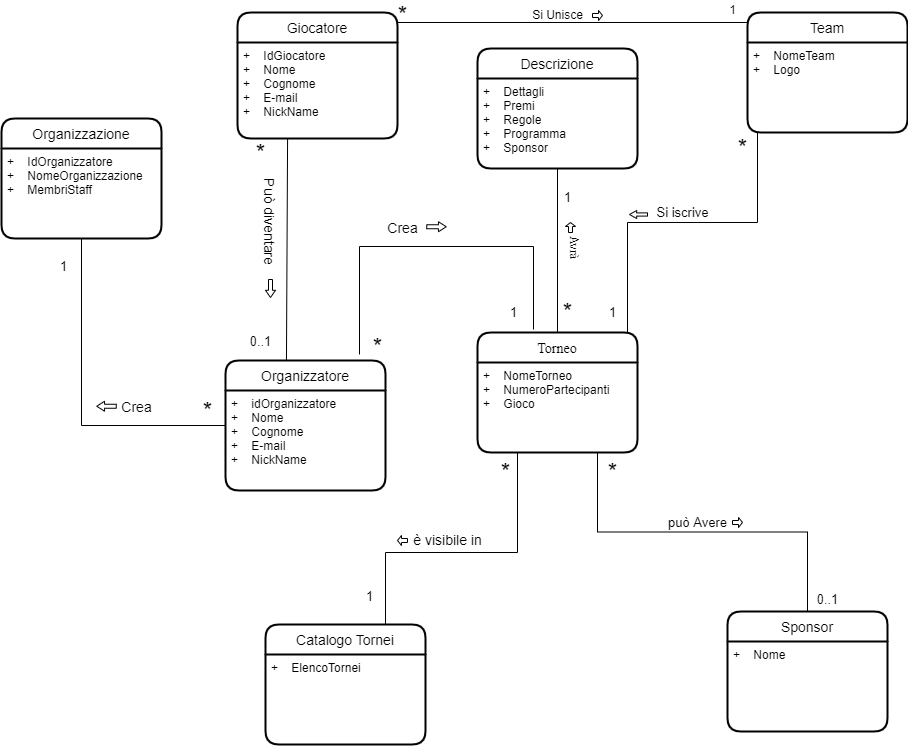
samuelechiarella/BattleFoo keeps this draw.io diagram as RelazioneProgetto/ModelloDiDominio/ModelloDiDominio_01-10-2022.png. Above is the earlier version. Source tidied: cells renumbered, new cells last; positions are measured from the earlier drawing's top-left corner, leaving out a move shared by most shapes.
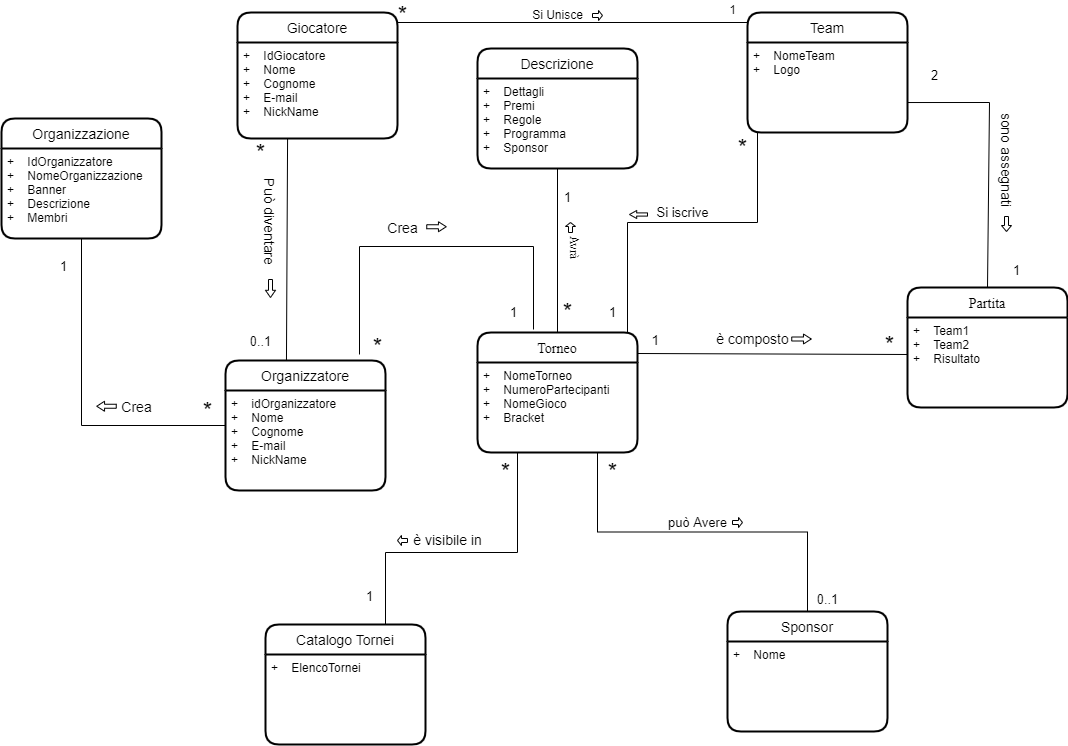
The same diagram one commit later.

Diff of the diagram source:
```diff
@@ -30,7 +30,7 @@
     <mxCell id="9" value="Torneo" style="swimlane;horizontal=1;startSize=30;rounded=1;fontSize=14;fontStyle=0;strokeWidth=2;shadow=0;dashed=0;align=center;fontFamily=Times New Roman;" parent="1" vertex="1">
       <mxGeometry x="476" y="332" width="160" height="120" as="geometry" />
     </mxCell>
-    <mxCell id="10" value="+    NomeTorneo&#10;+    NumeroPartecipanti&#10;+    Gioco&#10;&#10;" style="align=left;strokeColor=none;fillColor=none;spacingLeft=4;fontSize=12;verticalAlign=top;" parent="9" vertex="1">
+    <mxCell id="10" value="+    NomeTorneo&#10;+    NumeroPartecipanti&#10;+    NomeGioco&#10;+    Bracket&#10;&#10;" style="align=left;strokeColor=none;fillColor=none;spacingLeft=4;fontSize=12;verticalAlign=top;" parent="9" vertex="1">
       <mxGeometry y="30" width="160" height="90" as="geometry" />
     </mxCell>
     <mxCell id="11" style="edgeStyle=orthogonalEdgeStyle;rounded=0;jettySize=auto;html=1;exitX=0.75;exitY=0;exitDx=0;exitDy=0;entryX=0.25;entryY=1;entryDx=0;entryDy=0;fontSize=14;endArrow=none;endFill=0;" parent="1" edge="1" source="12" target="9">
@@ -50,7 +50,7 @@
     <mxCell id="14" value="Organizzazione" style="swimlane;horizontal=1;startSize=30;rounded=1;fontSize=14;fontStyle=0;strokeWidth=2;shadow=0;align=center;arcSize=15;" parent="1" vertex="1">
       <mxGeometry y="118" width="160" height="120" as="geometry" />
     </mxCell>
-    <mxCell id="15" value="+    IdOrganizzatore&#10;+    NomeOrganizzazione&#10;+    MembriStaff&#10;" style="align=left;strokeColor=none;fillColor=none;spacingLeft=4;fontSize=12;verticalAlign=top;" parent="14" vertex="1">
+    <mxCell id="15" value="+    IdOrganizzatore&#10;+    NomeOrganizzazione&#10;+    Banner&#10;+    Descrizione&#10;+    Membri&#10;" style="align=left;strokeColor=none;fillColor=none;spacingLeft=4;fontSize=12;verticalAlign=top;" parent="14" vertex="1">
       <mxGeometry y="30" width="160" height="90" as="geometry" />
     </mxCell>
     <mxCell id="16" style="edgeStyle=orthogonalEdgeStyle;rounded=0;jettySize=auto;html=1;exitX=0.5;exitY=0;exitDx=0;exitDy=0;entryX=0.75;entryY=1;entryDx=0;entryDy=0;fontSize=13;endArrow=none;endFill=0;" parent="1" edge="1" source="17" target="9">
@@ -223,5 +223,45 @@
     <mxCell id="63" value="&lt;font style=&quot;font-size: 24px&quot;&gt;*&lt;/font&gt;" style="text;html=1;align=center;verticalAlign=middle;strokeColor=none;fillColor=none;fontSize=14;" parent="1" vertex="1">
       <mxGeometry x="593" y="454" width="36" height="36" as="geometry" />
     </mxCell>
+    <mxCell id="64" value="Partita" style="swimlane;horizontal=1;startSize=30;rounded=1;fontSize=14;fontStyle=0;strokeWidth=2;shadow=0;dashed=0;align=center;fontFamily=Times New Roman;" parent="1" vertex="1">
+      <mxGeometry x="906" y="287" width="160" height="120" as="geometry" />
+    </mxCell>
+    <mxCell id="65" value="+    Team1&#10;+    Team2&#10;+    Risultato&#10;&#10;" style="align=left;strokeColor=none;fillColor=none;spacingLeft=4;fontSize=12;verticalAlign=top;" parent="64" vertex="1">
+      <mxGeometry y="30" width="160" height="90" as="geometry" />
+    </mxCell>
+    <mxCell id="66" style="endArrow=none;html=1;rounded=0;exitX=1;exitY=0.667;exitDx=0;exitDy=0;entryX=0.5;entryY=0;entryDx=0;entryDy=0;exitPerimeter=0;" parent="1" edge="1" source="5" target="64">
+      <mxGeometry relative="1" as="geometry">
+        <Array as="points">
+          <mxPoint x="988" y="102" />
+        </Array>
+      </mxGeometry>
+    </mxCell>
+    <mxCell id="67" style="endArrow=none;html=1;rounded=0;exitX=1;exitY=0.175;exitDx=0;exitDy=0;exitPerimeter=0;entryX=0;entryY=0.411;entryDx=0;entryDy=0;entryPerimeter=0;" parent="1" edge="1" source="9" target="65">
+      <mxGeometry relative="1" as="geometry" />
+    </mxCell>
+    <mxCell id="68" value="2" style="text;html=1;align=center;verticalAlign=middle;strokeColor=none;fillColor=none;fontSize=13;" parent="1" vertex="1">
+      <mxGeometry x="915" y="66" width="36" height="18" as="geometry" />
+    </mxCell>
+    <mxCell id="69" value="1" style="text;html=1;align=center;verticalAlign=middle;strokeColor=none;fillColor=none;fontSize=13;" parent="1" vertex="1">
+      <mxGeometry x="997" y="261" width="36" height="18" as="geometry" />
+    </mxCell>
+    <mxCell id="70" value="&lt;font style=&quot;font-size: 14px&quot;&gt;1&lt;/font&gt;" style="text;html=1;align=center;verticalAlign=middle;strokeColor=none;fillColor=none;fontSize=14;" parent="1" vertex="1">
+      <mxGeometry x="636" y="331" width="36" height="18" as="geometry" />
+    </mxCell>
+    <mxCell id="71" value="&lt;font style=&quot;font-size: 24px&quot;&gt;*&lt;/font&gt;" style="text;html=1;align=center;verticalAlign=middle;strokeColor=none;fillColor=none;fontSize=14;" parent="1" vertex="1">
+      <mxGeometry x="870" y="327" width="36" height="36" as="geometry" />
+    </mxCell>
+    <mxCell id="72" value="sono assegnati" style="text;html=1;align=center;verticalAlign=middle;strokeColor=none;fillColor=none;fontSize=14;rotation=90;" parent="1" vertex="1">
+      <mxGeometry x="942" y="150" width="126" height="18" as="geometry" />
+    </mxCell>
+    <mxCell id="73" style="shape=singleArrow;whiteSpace=wrap;html=1;arrowWidth=0.4;arrowSize=0.4;fontSize=13;direction=west;rotation=-90;" parent="1" vertex="1">
+      <mxGeometry x="997.5" y="218.5" width="15" height="10" as="geometry" />
+    </mxCell>
+    <mxCell id="74" value="è composto" style="text;html=1;align=center;verticalAlign=middle;strokeColor=none;fillColor=none;fontSize=14;" parent="1" vertex="1">
+      <mxGeometry x="697" y="329.5" width="108" height="18" as="geometry" />
+    </mxCell>
+    <mxCell id="75" style="shape=singleArrow;whiteSpace=wrap;html=1;arrowWidth=0.4;arrowSize=0.4;direction=south;rotation=-90;" parent="1" vertex="1">
+      <mxGeometry x="795" y="328.8" width="10" height="19.5" as="geometry" />
+    </mxCell>
   </root>
 </mxGraphModel>
```
